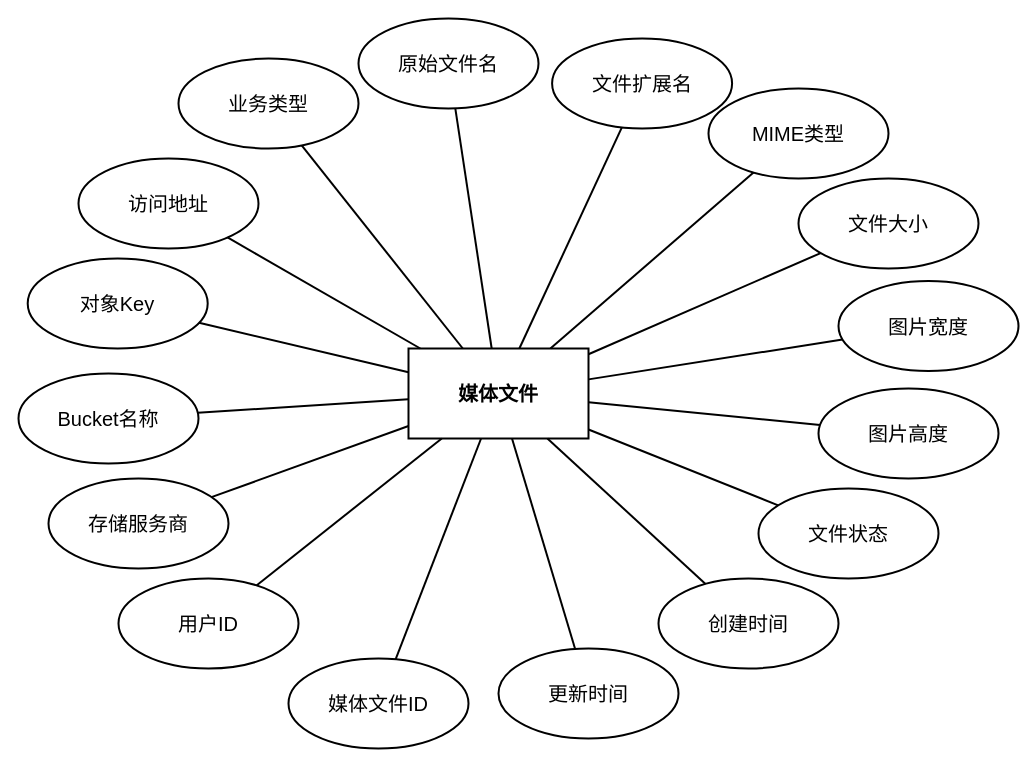
612cs/TrailQuest keeps this draw.io diagram as DOCS/architecture-diagrams/sources/实体图/media_files/media_files_entity.drawio. Above is the earlier version. Source tidied: cells renumbered, new cells numbered last; positions are measured from the earlier drawing's top-left corner, leaving out a move shared by most shapes. Both pictures are drawn from the tidied source at 100%, with x=0, y=0 at pixel (18, 18).
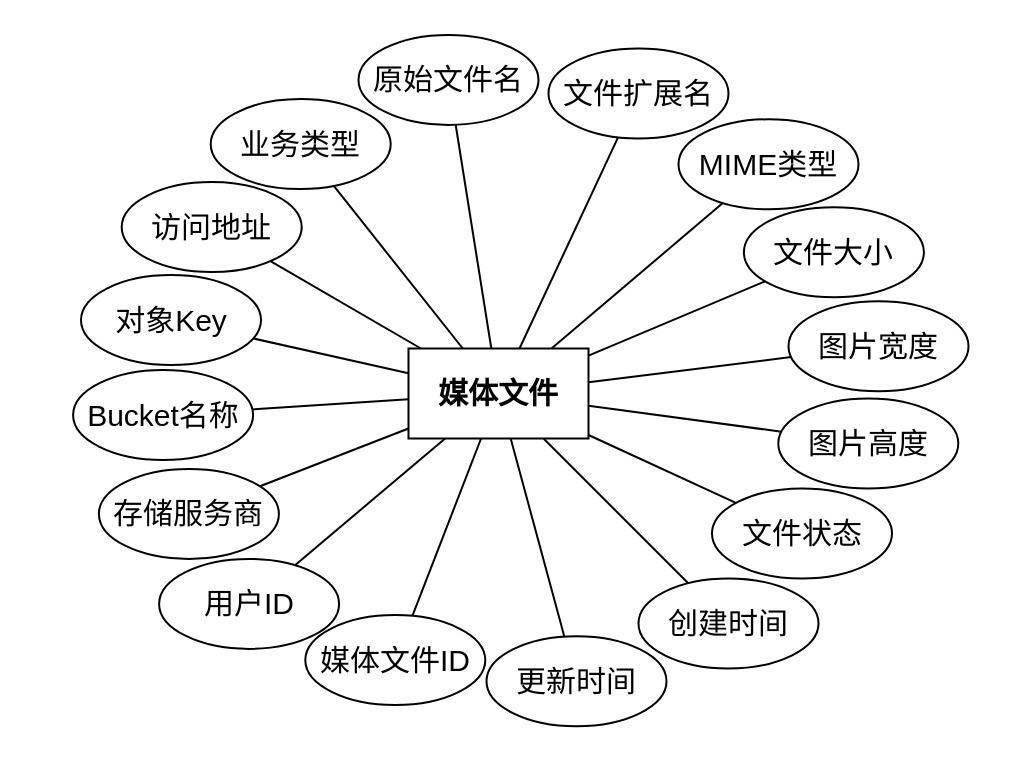
Above is the later version.

Change to the diagram source:
```diff
@@
-    <mxCell id="2" value="媒体文件" style="rounded=0;whiteSpace=wrap;html=1;fillColor=none;strokeColor=#000000;fontColor=#000000;fontFamily=Arial;fontSize=20;fontStyle=1;align=center;verticalAlign=middle;strokeWidth=2;gradientColor=none;shadow=0;glass=0;" parent="1" vertex="1">
+    <mxCell id="2" value="媒体文件" style="rounded=0;whiteSpace=wrap;html=1;fillColor=none;strokeColor=#000000;fontColor=#000000;fontFamily=Arial;fontSize=30;fontStyle=1;align=center;verticalAlign=middle;strokeWidth=2;gradientColor=none;shadow=0;glass=0;" parent="1" vertex="1">
       <mxGeometry x="390" y="330" width="180" height="90" as="geometry" />
     </mxCell>
-    <mxCell id="3" value="媒体文件ID" style="ellipse;whiteSpace=wrap;html=1;fillColor=none;strokeColor=#000000;fontColor=#000000;fontFamily=Arial;fontSize=20;align=center;verticalAlign=middle;strokeWidth=2;gradientColor=none;shadow=0;glass=0;" parent="1" vertex="1">
-      <mxGeometry x="270" y="640" width="180" height="90" as="geometry" />
+    <mxCell id="3" value="媒体文件ID" style="ellipse;whiteSpace=wrap;html=1;fillColor=none;strokeColor=#000000;fontColor=#000000;fontFamily=Arial;fontSize=30;align=center;verticalAlign=middle;strokeWidth=2;gradientColor=none;shadow=0;glass=0;" parent="1" vertex="1">
+      <mxGeometry x="286.8" y="596.6" width="180" height="90" as="geometry" />
     </mxCell>
-    <mxCell id="4" value="用户ID" style="ellipse;whiteSpace=wrap;html=1;fillColor=none;strokeColor=#000000;fontColor=#000000;fontFamily=Arial;fontSize=20;align=center;verticalAlign=middle;strokeWidth=2;gradientColor=none;shadow=0;glass=0;" parent="1" vertex="1">
-      <mxGeometry x="100" y="560" width="180" height="90" as="geometry" />
+    <mxCell id="4" value="用户ID" style="ellipse;whiteSpace=wrap;html=1;fillColor=none;strokeColor=#000000;fontColor=#000000;fontFamily=Arial;fontSize=30;align=center;verticalAlign=middle;strokeWidth=2;gradientColor=none;shadow=0;glass=0;" parent="1" vertex="1">
+      <mxGeometry x="140.6" y="540.4" width="180" height="90" as="geometry" />
     </mxCell>
-    <mxCell id="5" value="存储服务商" style="ellipse;whiteSpace=wrap;html=1;fillColor=none;strokeColor=#000000;fontColor=#000000;fontFamily=Arial;fontSize=20;align=center;verticalAlign=middle;strokeWidth=2;gradientColor=none;shadow=0;glass=0;" parent="1" vertex="1">
-      <mxGeometry x="30" y="460" width="180" height="90" as="geometry" />
+    <mxCell id="5" value="存储服务商" style="ellipse;whiteSpace=wrap;html=1;fillColor=none;strokeColor=#000000;fontColor=#000000;fontFamily=Arial;fontSize=30;align=center;verticalAlign=middle;strokeWidth=2;gradientColor=none;shadow=0;glass=0;" parent="1" vertex="1">
+      <mxGeometry x="80.4" y="450.4" width="180" height="90" as="geometry" />
     </mxCell>
-    <mxCell id="6" value="Bucket名称" style="ellipse;whiteSpace=wrap;html=1;fillColor=none;strokeColor=#000000;fontColor=#000000;fontFamily=Arial;fontSize=20;align=center;verticalAlign=middle;strokeWidth=2;gradientColor=none;shadow=0;glass=0;" parent="1" vertex="1">
-      <mxGeometry y="355" width="180" height="90" as="geometry" />
+    <mxCell id="6" value="Bucket名称" style="ellipse;whiteSpace=wrap;html=1;fillColor=none;strokeColor=#000000;fontColor=#000000;fontFamily=Arial;fontSize=30;align=center;verticalAlign=middle;strokeWidth=2;gradientColor=none;shadow=0;glass=0;" parent="1" vertex="1">
+      <mxGeometry x="54.6" y="351.5" width="180" height="90" as="geometry" />
     </mxCell>
-    <mxCell id="7" value="对象Key" style="ellipse;whiteSpace=wrap;html=1;fillColor=none;strokeColor=#000000;fontColor=#000000;fontFamily=Arial;fontSize=20;align=center;verticalAlign=middle;strokeWidth=2;gradientColor=none;shadow=0;glass=0;" parent="1" vertex="1">
-      <mxGeometry x="9.2" y="240" width="180" height="90" as="geometry" />
+    <mxCell id="7" value="对象Key" style="ellipse;whiteSpace=wrap;html=1;fillColor=none;strokeColor=#000000;fontColor=#000000;fontFamily=Arial;fontSize=30;align=center;verticalAlign=middle;strokeWidth=2;gradientColor=none;shadow=0;glass=0;" parent="1" vertex="1">
+      <mxGeometry x="62.5" y="256.6" width="180" height="90" as="geometry" />
     </mxCell>
-    <mxCell id="8" value="访问地址" style="ellipse;whiteSpace=wrap;html=1;fillColor=none;strokeColor=#000000;fontColor=#000000;fontFamily=Arial;fontSize=20;align=center;verticalAlign=middle;strokeWidth=2;gradientColor=none;shadow=0;glass=0;" parent="1" vertex="1">
-      <mxGeometry x="60" y="140" width="180" height="90" as="geometry" />
+    <mxCell id="8" value="访问地址" style="ellipse;whiteSpace=wrap;html=1;fillColor=none;strokeColor=#000000;fontColor=#000000;fontFamily=Arial;fontSize=30;align=center;verticalAlign=middle;strokeWidth=2;gradientColor=none;shadow=0;glass=0;" parent="1" vertex="1">
+      <mxGeometry x="103.2" y="163.6" width="180" height="90" as="geometry" />
     </mxCell>
-    <mxCell id="9" value="业务类型" style="ellipse;whiteSpace=wrap;html=1;fillColor=none;strokeColor=#000000;fontColor=#000000;fontFamily=Arial;fontSize=20;align=center;verticalAlign=middle;strokeWidth=2;gradientColor=none;shadow=0;glass=0;" parent="1" vertex="1">
-      <mxGeometry x="160" y="40" width="180" height="90" as="geometry" />
+    <mxCell id="9" value="业务类型" style="ellipse;whiteSpace=wrap;html=1;fillColor=none;strokeColor=#000000;fontColor=#000000;fontFamily=Arial;fontSize=30;align=center;verticalAlign=middle;strokeWidth=2;gradientColor=none;shadow=0;glass=0;" parent="1" vertex="1">
+      <mxGeometry x="192.2" y="80.6" width="180" height="90" as="geometry" />
     </mxCell>
-    <mxCell id="10" value="原始文件名" style="ellipse;whiteSpace=wrap;html=1;fillColor=none;strokeColor=#000000;fontColor=#000000;fontFamily=Arial;fontSize=20;align=center;verticalAlign=middle;strokeWidth=2;gradientColor=none;shadow=0;glass=0;" parent="1" vertex="1">
-      <mxGeometry x="340" width="180" height="90" as="geometry" />
+    <mxCell id="10" value="原始文件名" style="ellipse;whiteSpace=wrap;html=1;fillColor=none;strokeColor=#000000;fontColor=#000000;fontFamily=Arial;fontSize=30;align=center;verticalAlign=middle;strokeWidth=2;gradientColor=none;shadow=0;glass=0;" parent="1" vertex="1">
+      <mxGeometry x="340" y="16.4" width="180" height="90" as="geometry" />
     </mxCell>
-    <mxCell id="11" value="文件扩展名" style="ellipse;whiteSpace=wrap;html=1;fillColor=none;strokeColor=#000000;fontColor=#000000;fontFamily=Arial;fontSize=20;align=center;verticalAlign=middle;strokeWidth=2;gradientColor=none;shadow=0;glass=0;" parent="1" vertex="1">
-      <mxGeometry x="533.6" y="20" width="180" height="90" as="geometry" />
+    <mxCell id="11" value="文件扩展名" style="ellipse;whiteSpace=wrap;html=1;fillColor=none;strokeColor=#000000;fontColor=#000000;fontFamily=Arial;fontSize=30;align=center;verticalAlign=middle;strokeWidth=2;gradientColor=none;shadow=0;glass=0;" parent="1" vertex="1">
+      <mxGeometry x="530" y="30" width="180" height="90" as="geometry" />
     </mxCell>
-    <mxCell id="12" value="MIME类型" style="ellipse;whiteSpace=wrap;html=1;fillColor=none;strokeColor=#000000;fontColor=#000000;fontFamily=Arial;fontSize=20;align=center;verticalAlign=middle;strokeWidth=2;gradientColor=none;shadow=0;glass=0;" parent="1" vertex="1">
-      <mxGeometry x="690" y="70" width="180" height="90" as="geometry" />
+    <mxCell id="12" value="MIME类型" style="ellipse;whiteSpace=wrap;html=1;fillColor=none;strokeColor=#000000;fontColor=#000000;fontFamily=Arial;fontSize=30;align=center;verticalAlign=middle;strokeWidth=2;gradientColor=none;shadow=0;glass=0;" parent="1" vertex="1">
+      <mxGeometry x="660" y="100.8" width="180" height="90" as="geometry" />
     </mxCell>
-    <mxCell id="13" value="文件大小" style="ellipse;whiteSpace=wrap;html=1;fillColor=none;strokeColor=#000000;fontColor=#000000;fontFamily=Arial;fontSize=20;align=center;verticalAlign=middle;strokeWidth=2;gradientColor=none;shadow=0;glass=0;" parent="1" vertex="1">
-      <mxGeometry x="780" y="160" width="180" height="90" as="geometry" />
+    <mxCell id="13" value="文件大小" style="ellipse;whiteSpace=wrap;html=1;fillColor=none;strokeColor=#000000;fontColor=#000000;fontFamily=Arial;fontSize=30;align=center;verticalAlign=middle;strokeWidth=2;gradientColor=none;shadow=0;glass=0;" parent="1" vertex="1">
+      <mxGeometry x="725.4" y="188.8" width="180" height="90" as="geometry" />
     </mxCell>
-    <mxCell id="14" value="图片宽度" style="ellipse;whiteSpace=wrap;html=1;fillColor=none;strokeColor=#000000;fontColor=#000000;fontFamily=Arial;fontSize=20;align=center;verticalAlign=middle;strokeWidth=2;gradientColor=none;shadow=0;glass=0;" parent="1" vertex="1">
-      <mxGeometry x="820" y="262.6" width="180" height="90" as="geometry" />
+    <mxCell id="14" value="图片宽度" style="ellipse;whiteSpace=wrap;html=1;fillColor=none;strokeColor=#000000;fontColor=#000000;fontFamily=Arial;fontSize=30;align=center;verticalAlign=middle;strokeWidth=2;gradientColor=none;shadow=0;glass=0;" parent="1" vertex="1">
+      <mxGeometry x="770" y="282.8" width="180" height="90" as="geometry" />
     </mxCell>
-    <mxCell id="15" value="图片高度" style="ellipse;whiteSpace=wrap;html=1;fillColor=none;strokeColor=#000000;fontColor=#000000;fontFamily=Arial;fontSize=20;align=center;verticalAlign=middle;strokeWidth=2;gradientColor=none;shadow=0;glass=0;" parent="1" vertex="1">
-      <mxGeometry x="800" y="370" width="180" height="90" as="geometry" />
+    <mxCell id="15" value="图片高度" style="ellipse;whiteSpace=wrap;html=1;fillColor=none;strokeColor=#000000;fontColor=#000000;fontFamily=Arial;fontSize=30;align=center;verticalAlign=middle;strokeWidth=2;gradientColor=none;shadow=0;glass=0;" parent="1" vertex="1">
+      <mxGeometry x="759.8" y="380" width="180" height="90" as="geometry" />
     </mxCell>
-    <mxCell id="16" value="文件状态" style="ellipse;whiteSpace=wrap;html=1;fillColor=none;strokeColor=#000000;fontColor=#000000;fontFamily=Arial;fontSize=20;align=center;verticalAlign=middle;strokeWidth=2;gradientColor=none;shadow=0;glass=0;" parent="1" vertex="1">
-      <mxGeometry x="740" y="470" width="180" height="90" as="geometry" />
+    <mxCell id="16" value="文件状态" style="ellipse;whiteSpace=wrap;html=1;fillColor=none;strokeColor=#000000;fontColor=#000000;fontFamily=Arial;fontSize=30;align=center;verticalAlign=middle;strokeWidth=2;gradientColor=none;shadow=0;glass=0;" parent="1" vertex="1">
+      <mxGeometry x="693.5" y="470" width="180" height="90" as="geometry" />
     </mxCell>
-    <mxCell id="17" value="创建时间" style="ellipse;whiteSpace=wrap;html=1;fillColor=none;strokeColor=#000000;fontColor=#000000;fontFamily=Arial;fontSize=20;align=center;verticalAlign=middle;strokeWidth=2;gradientColor=none;shadow=0;glass=0;" parent="1" vertex="1">
-      <mxGeometry x="640" y="560" width="180" height="90" as="geometry" />
+    <mxCell id="17" value="创建时间" style="ellipse;whiteSpace=wrap;html=1;fillColor=none;strokeColor=#000000;fontColor=#000000;fontFamily=Arial;fontSize=30;align=center;verticalAlign=middle;strokeWidth=2;gradientColor=none;shadow=0;glass=0;" parent="1" vertex="1">
+      <mxGeometry x="620" y="560" width="180" height="90" as="geometry" />
     </mxCell>
-    <mxCell id="18" value="更新时间" style="ellipse;whiteSpace=wrap;html=1;fillColor=none;strokeColor=#000000;fontColor=#000000;fontFamily=Arial;fontSize=20;align=center;verticalAlign=middle;strokeWidth=2;gradientColor=none;shadow=0;glass=0;" parent="1" vertex="1">
-      <mxGeometry x="480" y="630" width="180" height="90" as="geometry" />
+    <mxCell id="18" value="更新时间" style="ellipse;whiteSpace=wrap;html=1;fillColor=none;strokeColor=#000000;fontColor=#000000;fontFamily=Arial;fontSize=30;align=center;verticalAlign=middle;strokeWidth=2;gradientColor=none;shadow=0;glass=0;" parent="1" vertex="1">
+      <mxGeometry x="468" y="617.8" width="180" height="90" as="geometry" />
     </mxCell>
-    <mxCell id="19" style="endArrow=none;html=1;rounded=0;strokeColor=#000000;strokeWidth=2;" parent="1" edge="1" source="2" target="3">
+    <mxCell id="19" style="endArrow=none;html=1;rounded=0;strokeColor=#000000;strokeWidth=2;fontSize=30;" parent="1" edge="1" source="2" target="3">
       <mxGeometry relative="1" as="geometry" />
     </mxCell>
-    <mxCell id="20" style="endArrow=none;html=1;rounded=0;strokeColor=#000000;strokeWidth=2;" parent="1" edge="1" source="2" target="4">
+    <mxCell id="20" style="endArrow=none;html=1;rounded=0;strokeColor=#000000;strokeWidth=2;fontSize=30;" parent="1" edge="1" source="2" target="4">
       <mxGeometry relative="1" as="geometry" />
     </mxCell>
-    <mxCell id="21" style="endArrow=none;html=1;rounded=0;strokeColor=#000000;strokeWidth=2;" parent="1" edge="1" source="2" target="5">
+    <mxCell id="21" style="endArrow=none;html=1;rounded=0;strokeColor=#000000;strokeWidth=2;fontSize=30;" parent="1" edge="1" source="2" target="5">
       <mxGeometry relative="1" as="geometry" />
     </mxCell>
-    <mxCell id="22" style="endArrow=none;html=1;rounded=0;strokeColor=#000000;strokeWidth=2;" parent="1" edge="1" source="2" target="6">
+    <mxCell id="22" style="endArrow=none;html=1;rounded=0;strokeColor=#000000;strokeWidth=2;fontSize=30;" parent="1" edge="1" source="2" target="6">
       <mxGeometry relative="1" as="geometry" />
     </mxCell>
-    <mxCell id="23" style="endArrow=none;html=1;rounded=0;strokeColor=#000000;strokeWidth=2;" parent="1" edge="1" source="2" target="7">
+    <mxCell id="23" style="endArrow=none;html=1;rounded=0;strokeColor=#000000;strokeWidth=2;fontSize=30;" parent="1" edge="1" source="2" target="7">
       <mxGeometry relative="1" as="geometry" />
     </mxCell>
-    <mxCell id="24" style="endArrow=none;html=1;rounded=0;strokeColor=#000000;strokeWidth=2;" parent="1" edge="1" source="2" target="8">
+    <mxCell id="24" style="endArrow=none;html=1;rounded=0;strokeColor=#000000;strokeWidth=2;fontSize=30;" parent="1" edge="1" source="2" target="8">
       <mxGeometry relative="1" as="geometry" />
     </mxCell>
-    <mxCell id="25" style="endArrow=none;html=1;rounded=0;strokeColor=#000000;strokeWidth=2;" parent="1" edge="1" source="2" target="9">
+    <mxCell id="25" style="endArrow=none;html=1;rounded=0;strokeColor=#000000;strokeWidth=2;fontSize=30;" parent="1" edge="1" source="2" target="9">
       <mxGeometry relative="1" as="geometry" />
     </mxCell>
-    <mxCell id="26" style="endArrow=none;html=1;rounded=0;strokeColor=#000000;strokeWidth=2;" parent="1" edge="1" source="2" target="10">
+    <mxCell id="26" style="endArrow=none;html=1;rounded=0;strokeColor=#000000;strokeWidth=2;fontSize=30;" parent="1" edge="1" source="2" target="10">
       <mxGeometry relative="1" as="geometry" />
     </mxCell>
-    <mxCell id="27" style="endArrow=none;html=1;rounded=0;strokeColor=#000000;strokeWidth=2;" parent="1" edge="1" source="2" target="11">
+    <mxCell id="27" style="endArrow=none;html=1;rounded=0;strokeColor=#000000;strokeWidth=2;fontSize=30;" parent="1" edge="1" source="2" target="11">
       <mxGeometry relative="1" as="geometry" />
     </mxCell>
-    <mxCell id="28" style="endArrow=none;html=1;rounded=0;strokeColor=#000000;strokeWidth=2;" parent="1" edge="1" source="2" target="12">
+    <mxCell id="28" style="endArrow=none;html=1;rounded=0;strokeColor=#000000;strokeWidth=2;fontSize=30;" parent="1" edge="1" source="2" target="12">
       <mxGeometry relative="1" as="geometry" />
     </mxCell>
-    <mxCell id="29" style="endArrow=none;html=1;rounded=0;strokeColor=#000000;strokeWidth=2;" parent="1" edge="1" source="2" target="13">
+    <mxCell id="29" style="endArrow=none;html=1;rounded=0;strokeColor=#000000;strokeWidth=2;fontSize=30;" parent="1" edge="1" source="2" target="13">
       <mxGeometry relative="1" as="geometry" />
     </mxCell>
-    <mxCell id="30" style="endArrow=none;html=1;rounded=0;strokeColor=#000000;strokeWidth=2;" parent="1" edge="1" source="2" target="14">
+    <mxCell id="30" style="endArrow=none;html=1;rounded=0;strokeColor=#000000;strokeWidth=2;fontSize=30;" parent="1" edge="1" source="2" target="14">
       <mxGeometry relative="1" as="geometry" />
     </mxCell>
-    <mxCell id="31" style="endArrow=none;html=1;rounded=0;strokeColor=#000000;strokeWidth=2;" parent="1" edge="1" source="2" target="15">
+    <mxCell id="31" style="endArrow=none;html=1;rounded=0;strokeColor=#000000;strokeWidth=2;fontSize=30;" parent="1" edge="1" source="2" target="15">
       <mxGeometry relative="1" as="geometry" />
     </mxCell>
-    <mxCell id="32" style="endArrow=none;html=1;rounded=0;strokeColor=#000000;strokeWidth=2;" parent="1" edge="1" source="2" target="16">
+    <mxCell id="32" style="endArrow=none;html=1;rounded=0;strokeColor=#000000;strokeWidth=2;fontSize=30;" parent="1" edge="1" source="2" target="16">
       <mxGeometry relative="1" as="geometry" />
     </mxCell>
-    <mxCell id="33" style="endArrow=none;html=1;rounded=0;strokeColor=#000000;strokeWidth=2;" parent="1" edge="1" source="2" target="17">
+    <mxCell id="33" style="endArrow=none;html=1;rounded=0;strokeColor=#000000;strokeWidth=2;fontSize=30;" parent="1" edge="1" source="2" target="17">
       <mxGeometry relative="1" as="geometry" />
     </mxCell>
-    <mxCell id="34" style="endArrow=none;html=1;rounded=0;strokeColor=#000000;strokeWidth=2;" parent="1" edge="1" source="2" target="18">
+    <mxCell id="34" style="endArrow=none;html=1;rounded=0;strokeColor=#000000;strokeWidth=2;fontSize=30;" parent="1" edge="1" source="2" target="18">
       <mxGeometry relative="1" as="geometry" />
     </mxCell>
```
